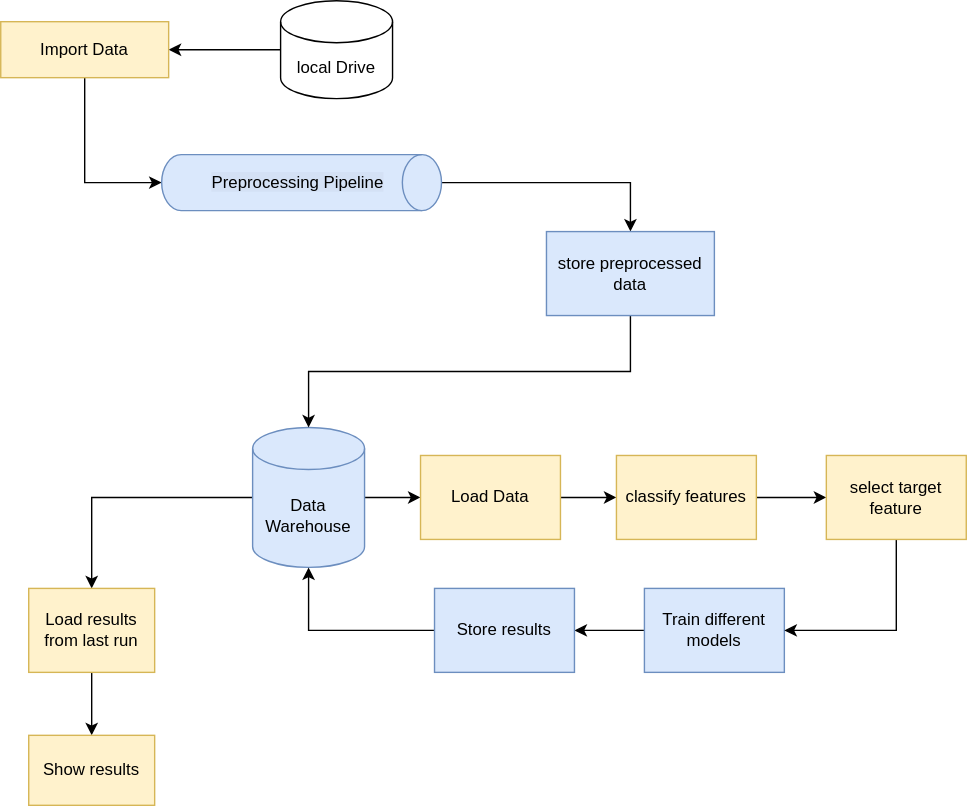
This is diagrams/Prozess.svg from miticdalibor/SE_ILV_Portfolio, a draw.io export, as it was before one commit. Source tidied: cells renumbered, new cells last; positions are measured from the earlier drawing's top-left corner, leaving out a move shared by most shapes.
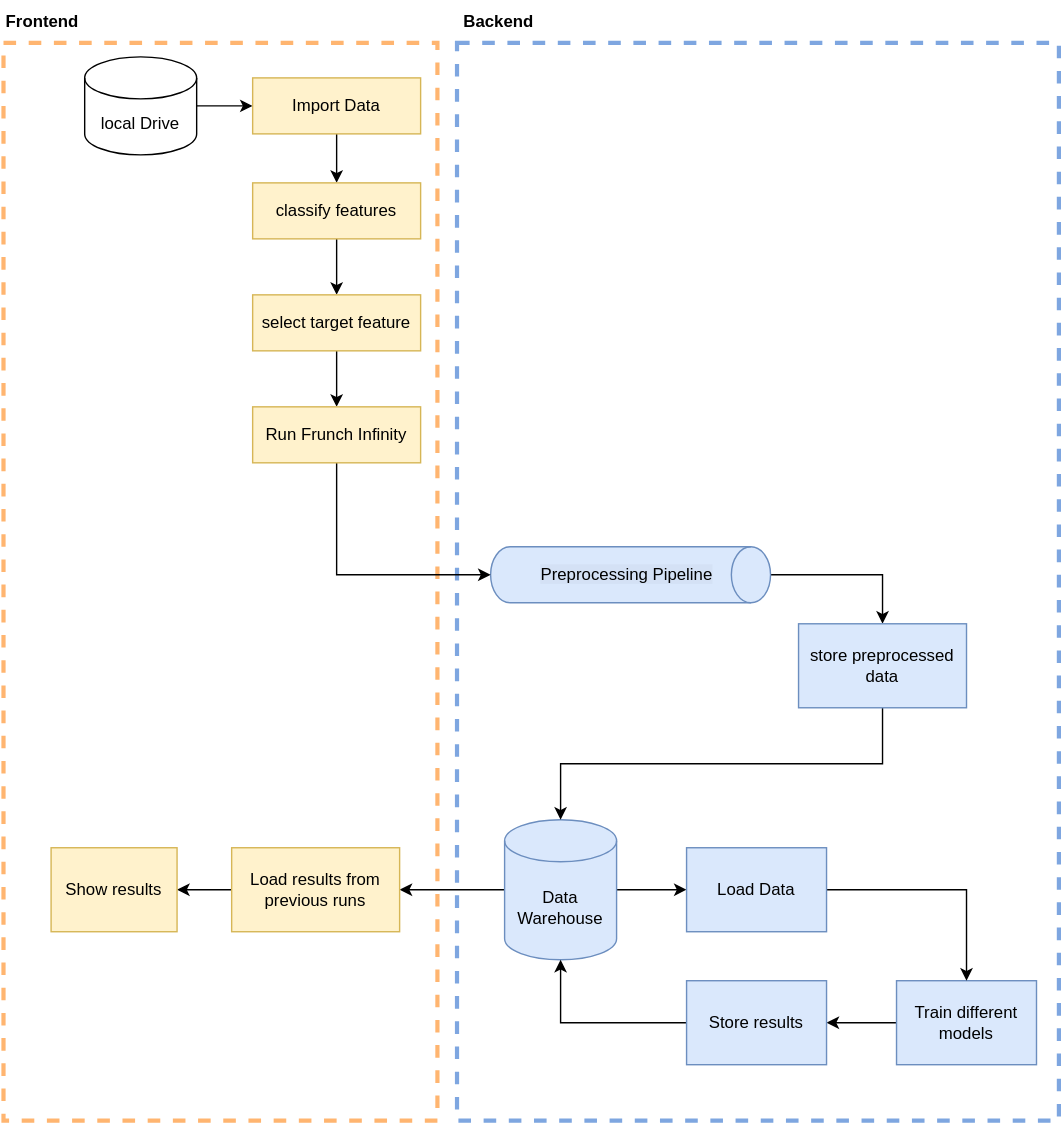
The same diagram one commit later.

The edit, as a diff of the source:
```diff
@@ -2,84 +2,102 @@
   <root>
     <mxCell id="0" />
     <mxCell id="1" parent="0" />
+    <mxCell id="27" style="rounded=0;whiteSpace=wrap;html=1;fillColor=none;dashed=1;strokeColor=#7EA6E0;strokeWidth=3;" parent="1" vertex="1">
+      <mxGeometry x="234" y="5" width="430" height="770" as="geometry" />
+    </mxCell>
+    <mxCell id="28" style="rounded=0;whiteSpace=wrap;html=1;fillColor=none;dashed=1;strokeColor=#FFB570;strokeWidth=3;" parent="1" vertex="1">
+      <mxGeometry x="-90" y="5" width="310" height="770" as="geometry" />
+    </mxCell>
-    <mxCell id="2" style="edgeStyle=orthogonalEdgeStyle;rounded=0;jettySize=auto;html=1;exitX=0;exitY=0.5;exitDx=0;exitDy=0;exitPerimeter=0;entryX=1;entryY=0.5;entryDx=0;entryDy=0;" parent="1" edge="1" source="3" target="5">
+    <mxCell id="2" style="edgeStyle=orthogonalEdgeStyle;rounded=0;jettySize=auto;html=1;exitX=1;exitY=0.5;exitDx=0;exitDy=0;exitPerimeter=0;entryX=0;entryY=0.5;entryDx=0;entryDy=0;" parent="1" edge="1" source="3" target="5">
       <mxGeometry relative="1" as="geometry" />
     </mxCell>
     <mxCell id="3" value="local Drive" style="shape=cylinder3;whiteSpace=wrap;html=1;boundedLbl=1;backgroundOutline=1;size=15;" parent="1" vertex="1">
-      <mxGeometry x="200" width="80" height="70" as="geometry" />
+      <mxGeometry x="-32" y="15" width="80" height="70" as="geometry" />
     </mxCell>
-    <mxCell id="4" style="edgeStyle=orthogonalEdgeStyle;rounded=0;jettySize=auto;html=1;entryX=0.5;entryY=1;entryDx=0;entryDy=0;entryPerimeter=0;" parent="1" edge="1" source="5" target="7">
-      <mxGeometry relative="1" as="geometry" />
-    </mxCell>
+    <mxCell id="29" style="edgeStyle=orthogonalEdgeStyle;rounded=0;jettySize=auto;html=1;exitX=0.5;exitY=1;exitDx=0;exitDy=0;entryX=0.5;entryY=0;entryDx=0;entryDy=0;" parent="1" edge="1" source="5" target="24">
+      <mxGeometry relative="1" as="geometry" />
+    </mxCell>
     <mxCell id="5" value="Import Data" style="rounded=0;whiteSpace=wrap;html=1;fillColor=#fff2cc;strokeColor=#d6b656;" parent="1" vertex="1">
-      <mxGeometry y="15" width="120" height="40" as="geometry" />
+      <mxGeometry x="88" y="30" width="120" height="40" as="geometry" />
     </mxCell>
     <mxCell id="6" style="edgeStyle=orthogonalEdgeStyle;rounded=0;jettySize=auto;html=1;exitX=0.5;exitY=0;exitDx=0;exitDy=0;exitPerimeter=0;entryX=0.5;entryY=0;entryDx=0;entryDy=0;" parent="1" edge="1" source="7" target="15">
       <mxGeometry relative="1" as="geometry" />
     </mxCell>
     <mxCell id="7" style="shape=cylinder3;whiteSpace=wrap;html=1;boundedLbl=1;backgroundOutline=1;size=14;rotation=90;fillColor=#dae8fc;strokeColor=#6c8ebf;" parent="1" vertex="1">
-      <mxGeometry x="195" y="30" width="40" height="200" as="geometry" />
+      <mxGeometry x="338" y="285" width="40" height="200" as="geometry" />
     </mxCell>
     <mxCell id="8" value="&lt;span style=&quot;background-color: rgb(212, 225, 245);&quot;&gt;Preprocessing Pipeline&lt;/span&gt;" style="text;html=1;strokeColor=none;fillColor=#dae8fc;align=center;verticalAlign=middle;whiteSpace=wrap;rounded=0;" parent="1" vertex="1">
-      <mxGeometry x="145" y="112.5" width="135" height="35" as="geometry" />
+      <mxGeometry x="288" y="367.5" width="135" height="35" as="geometry" />
     </mxCell>
     <mxCell id="9" style="edgeStyle=orthogonalEdgeStyle;rounded=0;jettySize=auto;html=1;" parent="1" edge="1" source="10" target="19">
       <mxGeometry relative="1" as="geometry">
         <Array as="points">
-          <mxPoint x="480" y="450" />
+          <mxPoint x="568" y="705" />
         </Array>
       </mxGeometry>
     </mxCell>
     <mxCell id="10" value="Train different models" style="rounded=0;whiteSpace=wrap;html=1;fillColor=#dae8fc;strokeColor=#6c8ebf;" parent="1" vertex="1">
-      <mxGeometry x="460" y="420" width="100" height="60" as="geometry" />
+      <mxGeometry x="548" y="675" width="100" height="60" as="geometry" />
     </mxCell>
     <mxCell id="11" style="edgeStyle=orthogonalEdgeStyle;rounded=0;jettySize=auto;html=1;exitX=1;exitY=0.5;exitDx=0;exitDy=0;exitPerimeter=0;entryX=0;entryY=0.5;entryDx=0;entryDy=0;" parent="1" edge="1" source="13" target="17">
       <mxGeometry relative="1" as="geometry" />
     </mxCell>
-    <mxCell id="12" style="edgeStyle=orthogonalEdgeStyle;rounded=0;jettySize=auto;html=1;exitX=0;exitY=0.5;exitDx=0;exitDy=0;exitPerimeter=0;entryX=0.5;entryY=0;entryDx=0;entryDy=0;" parent="1" edge="1" source="13" target="21">
+    <mxCell id="12" style="edgeStyle=orthogonalEdgeStyle;rounded=0;jettySize=auto;html=1;exitX=0;exitY=0.5;exitDx=0;exitDy=0;exitPerimeter=0;entryX=1;entryY=0.5;entryDx=0;entryDy=0;" parent="1" edge="1" source="13" target="21">
       <mxGeometry relative="1" as="geometry" />
     </mxCell>
     <mxCell id="13" value="Data Warehouse" style="shape=cylinder3;whiteSpace=wrap;html=1;boundedLbl=1;backgroundOutline=1;size=15;fillColor=#dae8fc;strokeColor=#6c8ebf;" parent="1" vertex="1">
-      <mxGeometry x="180" y="305" width="80" height="100" as="geometry" />
+      <mxGeometry x="268" y="560" width="80" height="100" as="geometry" />
     </mxCell>
     <mxCell id="14" style="edgeStyle=orthogonalEdgeStyle;rounded=0;jettySize=auto;html=1;exitX=0.5;exitY=1;exitDx=0;exitDy=0;entryX=0.5;entryY=0;entryDx=0;entryDy=0;entryPerimeter=0;" parent="1" edge="1" source="15" target="13">
       <mxGeometry relative="1" as="geometry" />
     </mxCell>
     <mxCell id="15" value="store preprocessed data" style="rounded=0;whiteSpace=wrap;html=1;fillColor=#dae8fc;strokeColor=#6c8ebf;" parent="1" vertex="1">
-      <mxGeometry x="390" y="165" width="120" height="60" as="geometry" />
+      <mxGeometry x="478" y="420" width="120" height="60" as="geometry" />
     </mxCell>
-    <mxCell id="16" style="edgeStyle=orthogonalEdgeStyle;rounded=0;jettySize=auto;html=1;entryX=0;entryY=0.5;entryDx=0;entryDy=0;" parent="1" edge="1" source="17" target="24">
-      <mxGeometry relative="1" as="geometry" />
-    </mxCell>
+    <mxCell id="30" style="edgeStyle=orthogonalEdgeStyle;rounded=0;jettySize=auto;html=1;exitX=1;exitY=0.5;exitDx=0;exitDy=0;entryX=0.5;entryY=0;entryDx=0;entryDy=0;" parent="1" edge="1" source="17" target="10">
+      <mxGeometry relative="1" as="geometry" />
+    </mxCell>
-    <mxCell id="17" value="Load Data" style="rounded=0;whiteSpace=wrap;html=1;fillColor=#fff2cc;strokeColor=#d6b656;" parent="1" vertex="1">
-      <mxGeometry x="300" y="325" width="100" height="60" as="geometry" />
+    <mxCell id="17" value="Load Data" style="rounded=0;whiteSpace=wrap;html=1;fillColor=#dae8fc;strokeColor=#6c8ebf;" parent="1" vertex="1">
+      <mxGeometry x="398" y="580" width="100" height="60" as="geometry" />
     </mxCell>
     <mxCell id="18" style="edgeStyle=orthogonalEdgeStyle;rounded=0;jettySize=auto;html=1;exitX=0;exitY=0.5;exitDx=0;exitDy=0;entryX=0.5;entryY=1;entryDx=0;entryDy=0;entryPerimeter=0;" parent="1" edge="1" source="19" target="13">
       <mxGeometry relative="1" as="geometry" />
     </mxCell>
     <mxCell id="19" value="Store results" style="rounded=0;whiteSpace=wrap;html=1;fillColor=#dae8fc;strokeColor=#6c8ebf;" parent="1" vertex="1">
-      <mxGeometry x="310" y="420" width="100" height="60" as="geometry" />
+      <mxGeometry x="398" y="675" width="100" height="60" as="geometry" />
     </mxCell>
-    <mxCell id="20" style="edgeStyle=orthogonalEdgeStyle;rounded=0;jettySize=auto;html=1;exitX=0.5;exitY=1;exitDx=0;exitDy=0;entryX=0.5;entryY=0;entryDx=0;entryDy=0;" parent="1" edge="1" source="21" target="22">
+    <mxCell id="20" style="edgeStyle=orthogonalEdgeStyle;rounded=0;jettySize=auto;html=1;exitX=0;exitY=0.5;exitDx=0;exitDy=0;entryX=1;entryY=0.5;entryDx=0;entryDy=0;" parent="1" edge="1" source="21" target="22">
       <mxGeometry relative="1" as="geometry" />
     </mxCell>
-    <mxCell id="21" value="Load results from last run" style="rounded=0;whiteSpace=wrap;html=1;fillColor=#fff2cc;strokeColor=#d6b656;" parent="1" vertex="1">
-      <mxGeometry x="20" y="420" width="90" height="60" as="geometry" />
+    <mxCell id="21" value="Load results from previous runs" style="rounded=0;whiteSpace=wrap;html=1;fillColor=#fff2cc;strokeColor=#d6b656;" parent="1" vertex="1">
+      <mxGeometry x="73" y="580" width="120" height="60" as="geometry" />
     </mxCell>
     <mxCell id="22" value="Show results" style="rounded=0;whiteSpace=wrap;html=1;fillColor=#fff2cc;strokeColor=#d6b656;" parent="1" vertex="1">
-      <mxGeometry x="20" y="525" width="90" height="50" as="geometry" />
+      <mxGeometry x="-56" y="580" width="90" height="60" as="geometry" />
     </mxCell>
-    <mxCell id="23" style="edgeStyle=orthogonalEdgeStyle;rounded=0;jettySize=auto;html=1;exitX=1;exitY=0.5;exitDx=0;exitDy=0;entryX=0;entryY=0.5;entryDx=0;entryDy=0;" parent="1" edge="1" source="24" target="26">
+    <mxCell id="23" style="edgeStyle=orthogonalEdgeStyle;rounded=0;jettySize=auto;html=1;exitX=0.5;exitY=1;exitDx=0;exitDy=0;entryX=0.5;entryY=0;entryDx=0;entryDy=0;" parent="1" edge="1" source="24" target="26">
       <mxGeometry relative="1" as="geometry" />
     </mxCell>
     <mxCell id="24" value="classify features" style="rounded=0;whiteSpace=wrap;html=1;fillColor=#fff2cc;strokeColor=#d6b656;" parent="1" vertex="1">
-      <mxGeometry x="440" y="325" width="100" height="60" as="geometry" />
+      <mxGeometry x="88" y="105" width="120" height="40" as="geometry" />
     </mxCell>
-    <mxCell id="25" style="edgeStyle=orthogonalEdgeStyle;rounded=0;jettySize=auto;html=1;exitX=0.5;exitY=1;exitDx=0;exitDy=0;entryX=1;entryY=0.5;entryDx=0;entryDy=0;" parent="1" edge="1" source="26" target="10">
-      <mxGeometry relative="1" as="geometry" />
-    </mxCell>
+    <mxCell id="31" style="edgeStyle=orthogonalEdgeStyle;rounded=0;jettySize=auto;html=1;exitX=0.5;exitY=1;exitDx=0;exitDy=0;entryX=0.5;entryY=0;entryDx=0;entryDy=0;" parent="1" edge="1" source="26" target="33">
+      <mxGeometry relative="1" as="geometry" />
+    </mxCell>
     <mxCell id="26" value="select target feature" style="rounded=0;whiteSpace=wrap;html=1;fillColor=#fff2cc;strokeColor=#d6b656;" parent="1" vertex="1">
-      <mxGeometry x="590" y="325" width="100" height="60" as="geometry" />
+      <mxGeometry x="88" y="185" width="120" height="40" as="geometry" />
     </mxCell>
+    <mxCell id="32" style="edgeStyle=orthogonalEdgeStyle;rounded=0;jettySize=auto;html=1;exitX=0.5;exitY=1;exitDx=0;exitDy=0;entryX=0.5;entryY=1;entryDx=0;entryDy=0;entryPerimeter=0;" parent="1" edge="1" source="33" target="7">
+      <mxGeometry relative="1" as="geometry" />
+    </mxCell>
+    <mxCell id="33" value="Run Frunch Infinity" style="rounded=0;whiteSpace=wrap;html=1;fillColor=#fff2cc;strokeColor=#d6b656;" parent="1" vertex="1">
+      <mxGeometry x="88" y="265" width="120" height="40" as="geometry" />
+    </mxCell>
+    <mxCell id="34" value="Frontend" style="text;html=1;strokeColor=none;fillColor=none;align=center;verticalAlign=middle;whiteSpace=wrap;rounded=0;dashed=1;fontStyle=1;" parent="1" vertex="1">
+      <mxGeometry x="-92" y="-25" width="60" height="30" as="geometry" />
+    </mxCell>
+    <mxCell id="35" value="Backend" style="text;html=1;strokeColor=none;fillColor=none;align=center;verticalAlign=middle;whiteSpace=wrap;rounded=0;dashed=1;fontStyle=1;" parent="1" vertex="1">
+      <mxGeometry x="234" y="-25" width="60" height="30" as="geometry" />
+    </mxCell>
   </root>
 </mxGraphModel>
```
